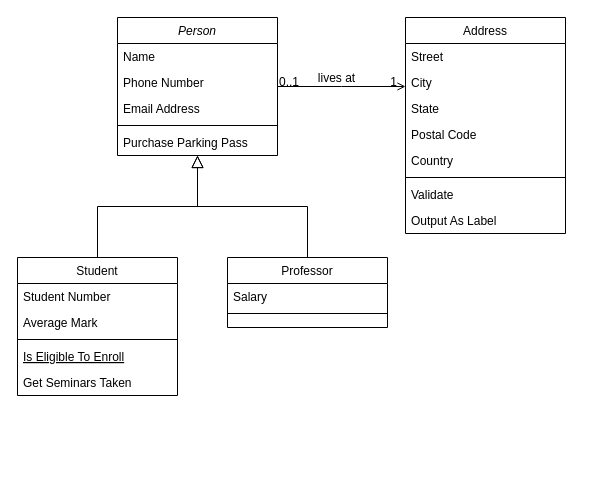
Sam-WebP/CSU keeps this draw.io diagram as ITC211 System Analysis and Design/Untitled Diagram.drawio. Above is the earlier version. Source tidied: cells renumbered, new cells numbered last; positions are measured from the earlier drawing's top-left corner, leaving out a move shared by most shapes. Both pictures are drawn from the tidied source at 100%, with x=0, y=0 at pixel (17, 17).
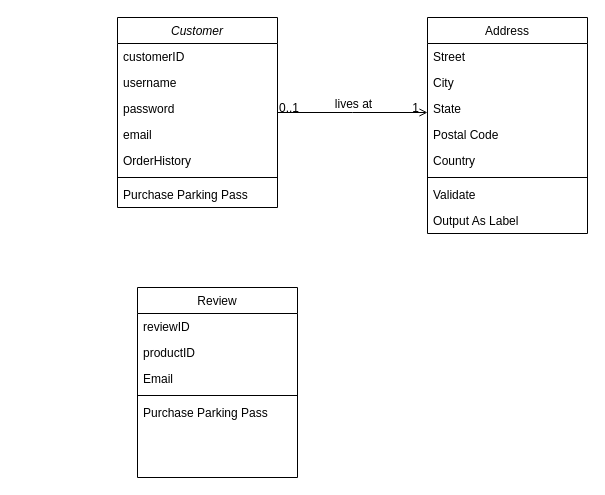
After the change.

Commit message:
Domain Class Diagram.drawio

Change to the diagram source:
```diff
@@
-    <mxCell id="2" value="Person" style="swimlane;fontStyle=2;align=center;verticalAlign=top;horizontal=1;startSize=26;rounded=0;shadow=0;strokeWidth=1;" parent="1" vertex="1">
-      <mxGeometry x="100" width="160" height="138" as="geometry" />
+    <mxCell id="2" value="Customer" style="swimlane;fontStyle=2;align=center;verticalAlign=top;horizontal=1;startSize=26;rounded=0;shadow=0;strokeWidth=1;" parent="1" vertex="1">
+      <mxGeometry x="100" width="160" height="190" as="geometry" />
     </mxCell>
-    <mxCell id="3" value="Name" style="text;align=left;verticalAlign=top;spacingLeft=4;spacingRight=4;overflow=hidden;" parent="2" vertex="1">
+    <mxCell id="3" value="customerID" style="text;align=left;verticalAlign=top;spacingLeft=4;spacingRight=4;overflow=hidden;" parent="2" vertex="1">
       <mxGeometry y="26" width="160" height="26" as="geometry" />
     </mxCell>
-    <mxCell id="4" value="Phone Number" style="text;align=left;verticalAlign=top;spacingLeft=4;spacingRight=4;overflow=hidden;rounded=0;shadow=0;html=0;" parent="2" vertex="1">
+    <mxCell id="4" value="username" style="text;align=left;verticalAlign=top;spacingLeft=4;spacingRight=4;overflow=hidden;rounded=0;shadow=0;html=0;" parent="2" vertex="1">
       <mxGeometry y="52" width="160" height="26" as="geometry" />
     </mxCell>
-    <mxCell id="5" value="Email Address" style="text;align=left;verticalAlign=top;spacingLeft=4;spacingRight=4;overflow=hidden;rounded=0;shadow=0;html=0;" parent="2" vertex="1">
+    <mxCell id="5" value="password" style="text;align=left;verticalAlign=top;spacingLeft=4;spacingRight=4;overflow=hidden;rounded=0;shadow=0;html=0;" parent="2" vertex="1">
       <mxGeometry y="78" width="160" height="26" as="geometry" />
     </mxCell>
+    <mxCell id="32" value="email" style="text;align=left;verticalAlign=top;spacingLeft=4;spacingRight=4;overflow=hidden;rounded=0;shadow=0;html=0;" parent="2" vertex="1">
+      <mxGeometry y="104" width="160" height="26" as="geometry" />
+    </mxCell>
+    <mxCell id="33" value="OrderHistory" style="text;align=left;verticalAlign=top;spacingLeft=4;spacingRight=4;overflow=hidden;rounded=0;shadow=0;html=0;" parent="2" vertex="1">
+      <mxGeometry y="130" width="160" height="26" as="geometry" />
+    </mxCell>
     <mxCell id="6" style="line;html=1;strokeWidth=1;align=left;verticalAlign=middle;spacingTop=-1;spacingLeft=3;spacingRight=3;labelPosition=right;" parent="2" vertex="1">
-      <mxGeometry y="104" width="160" height="8" as="geometry" />
+      <mxGeometry y="156" width="160" height="8" as="geometry" />
     </mxCell>
     <mxCell id="7" value="Purchase Parking Pass" style="text;align=left;verticalAlign=top;spacingLeft=4;spacingRight=4;overflow=hidden;" parent="2" vertex="1">
-      <mxGeometry y="112" width="160" height="26" as="geometry" />
+      <mxGeometry y="164" width="160" height="26" as="geometry" />
     </mxCell>
-    <mxCell id="8" value="Student" style="swimlane;fontStyle=0;align=center;verticalAlign=top;horizontal=1;startSize=26;rounded=0;shadow=0;strokeWidth=1;" parent="1" vertex="1">
-      <mxGeometry y="240" width="160" height="138" as="geometry" />
-    </mxCell>
-    <mxCell id="9" value="Student Number" style="text;align=left;verticalAlign=top;spacingLeft=4;spacingRight=4;overflow=hidden;" parent="8" vertex="1">
-      <mxGeometry y="26" width="160" height="26" as="geometry" />
-    </mxCell>
-    <mxCell id="10" value="Average Mark" style="text;align=left;verticalAlign=top;spacingLeft=4;spacingRight=4;overflow=hidden;rounded=0;shadow=0;html=0;" parent="8" vertex="1">
-      <mxGeometry y="52" width="160" height="26" as="geometry" />
-    </mxCell>
-    <mxCell id="11" style="line;html=1;strokeWidth=1;align=left;verticalAlign=middle;spacingTop=-1;spacingLeft=3;spacingRight=3;labelPosition=right;" parent="8" vertex="1">
-      <mxGeometry y="78" width="160" height="8" as="geometry" />
-    </mxCell>
-    <mxCell id="12" value="Is Eligible To Enroll" style="text;align=left;verticalAlign=top;spacingLeft=4;spacingRight=4;overflow=hidden;fontStyle=4;" parent="8" vertex="1">
-      <mxGeometry y="86" width="160" height="26" as="geometry" />
-    </mxCell>
-    <mxCell id="13" value="Get Seminars Taken" style="text;align=left;verticalAlign=top;spacingLeft=4;spacingRight=4;overflow=hidden;" parent="8" vertex="1">
-      <mxGeometry y="112" width="160" height="26" as="geometry" />
-    </mxCell>
-    <mxCell id="14" style="endArrow=block;endSize=10;endFill=0;shadow=0;strokeWidth=1;rounded=0;edgeStyle=elbowEdgeStyle;elbow=vertical;" parent="1" edge="1" source="8" target="2">
-      <mxGeometry relative="1" as="geometry" />
-    </mxCell>
-    <mxCell id="15" value="Professor" style="swimlane;fontStyle=0;align=center;verticalAlign=top;horizontal=1;startSize=26;rounded=0;shadow=0;strokeWidth=1;" parent="1" vertex="1">
-      <mxGeometry x="210" y="240" width="160" height="70" as="geometry" />
-    </mxCell>
-    <mxCell id="16" value="Salary" style="text;align=left;verticalAlign=top;spacingLeft=4;spacingRight=4;overflow=hidden;" parent="15" vertex="1">
-      <mxGeometry y="26" width="160" height="26" as="geometry" />
-    </mxCell>
-    <mxCell id="17" style="line;html=1;strokeWidth=1;align=left;verticalAlign=middle;spacingTop=-1;spacingLeft=3;spacingRight=3;labelPosition=right;" parent="15" vertex="1">
-      <mxGeometry y="52" width="160" height="8" as="geometry" />
-    </mxCell>
-    <mxCell id="18" style="endArrow=block;endSize=10;endFill=0;shadow=0;strokeWidth=1;rounded=0;edgeStyle=elbowEdgeStyle;elbow=vertical;" parent="1" edge="1" source="15" target="2">
-      <mxGeometry relative="1" as="geometry" />
-    </mxCell>
     <mxCell id="19" value="Address" style="swimlane;fontStyle=0;align=center;verticalAlign=top;horizontal=1;startSize=26;rounded=0;shadow=0;strokeWidth=1;" parent="1" vertex="1">
-      <mxGeometry x="388" width="160" height="216" as="geometry" />
+      <mxGeometry x="410" width="160" height="216" as="geometry" />
     </mxCell>
@@
+    <mxCell id="34" value="Review" style="swimlane;fontStyle=0;align=center;verticalAlign=top;horizontal=1;startSize=26;rounded=0;shadow=0;strokeWidth=1;" parent="1" vertex="1">
+      <mxGeometry x="120" y="270" width="160" height="190" as="geometry" />
+    </mxCell>
+    <mxCell id="35" value="reviewID" style="text;align=left;verticalAlign=top;spacingLeft=4;spacingRight=4;overflow=hidden;" parent="34" vertex="1">
+      <mxGeometry y="26" width="160" height="26" as="geometry" />
+    </mxCell>
+    <mxCell id="36" value="productID" style="text;align=left;verticalAlign=top;spacingLeft=4;spacingRight=4;overflow=hidden;rounded=0;shadow=0;html=0;" parent="34" vertex="1">
+      <mxGeometry y="52" width="160" height="26" as="geometry" />
+    </mxCell>
+    <mxCell id="37" value="Email" style="text;align=left;verticalAlign=top;spacingLeft=4;spacingRight=4;overflow=hidden;rounded=0;shadow=0;html=0;" parent="34" vertex="1">
+      <mxGeometry y="78" width="160" height="26" as="geometry" />
+    </mxCell>
+    <mxCell id="38" style="line;html=1;strokeWidth=1;align=left;verticalAlign=middle;spacingTop=-1;spacingLeft=3;spacingRight=3;labelPosition=right;" parent="34" vertex="1">
+      <mxGeometry y="104" width="160" height="8" as="geometry" />
+    </mxCell>
+    <mxCell id="39" value="Purchase Parking Pass" style="text;align=left;verticalAlign=top;spacingLeft=4;spacingRight=4;overflow=hidden;" parent="34" vertex="1">
+      <mxGeometry y="112" width="160" height="26" as="geometry" />
+    </mxCell>
```
